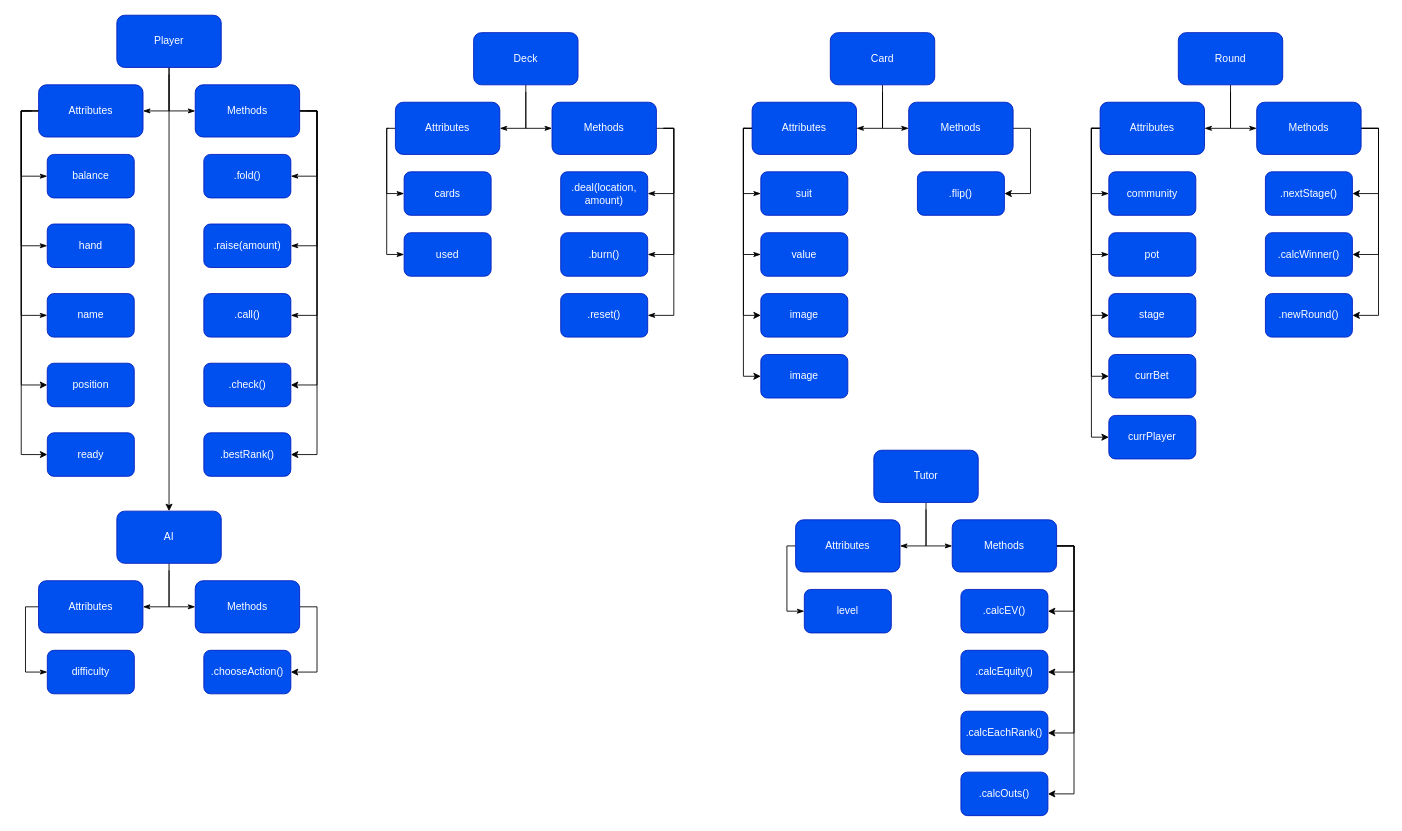
avishnoi12/A-Level-Project keeps this draw.io diagram as Project/Classes.drawio. Above is the earlier version. Source tidied: cells renumbered, new cells numbered last; positions are measured from the earlier drawing's top-left corner, leaving out a move shared by most shapes. Both pictures are drawn from the tidied source at 87%, with x=0, y=0 at pixel (21, 15).
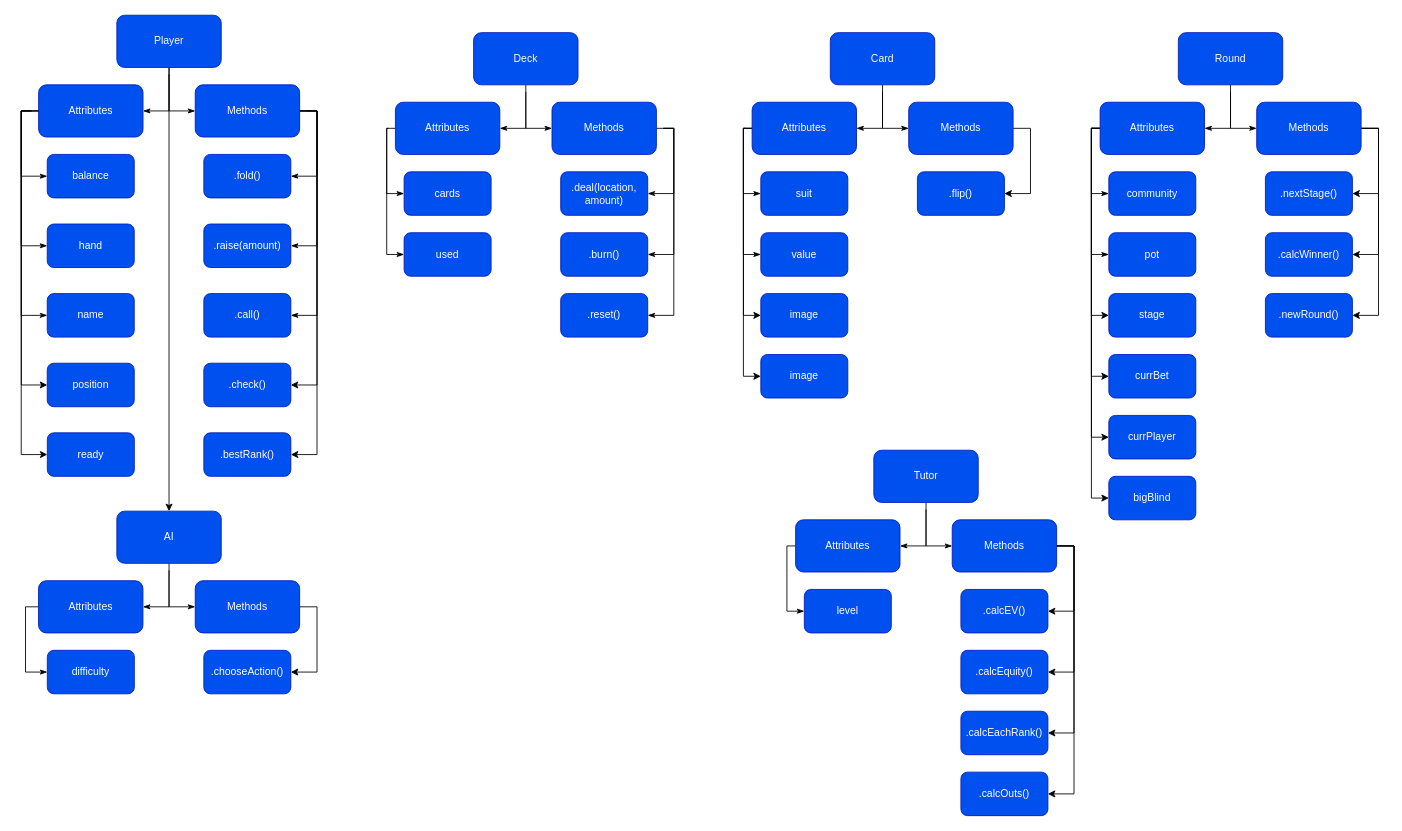
The same diagram, later.

Unchanged cells that the change refers to:
```xml
<mxCell id="61" value="Attributes" style="rounded=1;whiteSpace=wrap;html=1;hachureGap=4;fillColor=#0050ef;strokeColor=#001DBC;fontColor=#ffffff;" parent="1" vertex="1">
  <mxGeometry x="1240" y="100" width="120" height="60" as="geometry" />
</mxCell>
```

Change to the diagram source:
```diff
@@
+    <mxCell id="103" style="edgeStyle=orthogonalEdgeStyle;rounded=0;jettySize=auto;html=1;exitX=0;exitY=0.5;exitDx=0;exitDy=0;entryX=0;entryY=0.5;entryDx=0;entryDy=0;" parent="1" edge="1" source="61" target="104">
+      <mxGeometry relative="1" as="geometry">
+        <Array as="points">
+          <mxPoint x="1230" y="130" />
+          <mxPoint x="1230" y="555" />
+        </Array>
+      </mxGeometry>
+    </mxCell>
@@
+    <mxCell id="104" value="bigBlind" style="rounded=1;whiteSpace=wrap;html=1;hachureGap=4;fillColor=#0050ef;strokeColor=#001DBC;fontColor=#ffffff;" parent="1" vertex="1">
+      <mxGeometry x="1250" y="530" width="100" height="50" as="geometry" />
+    </mxCell>
```
